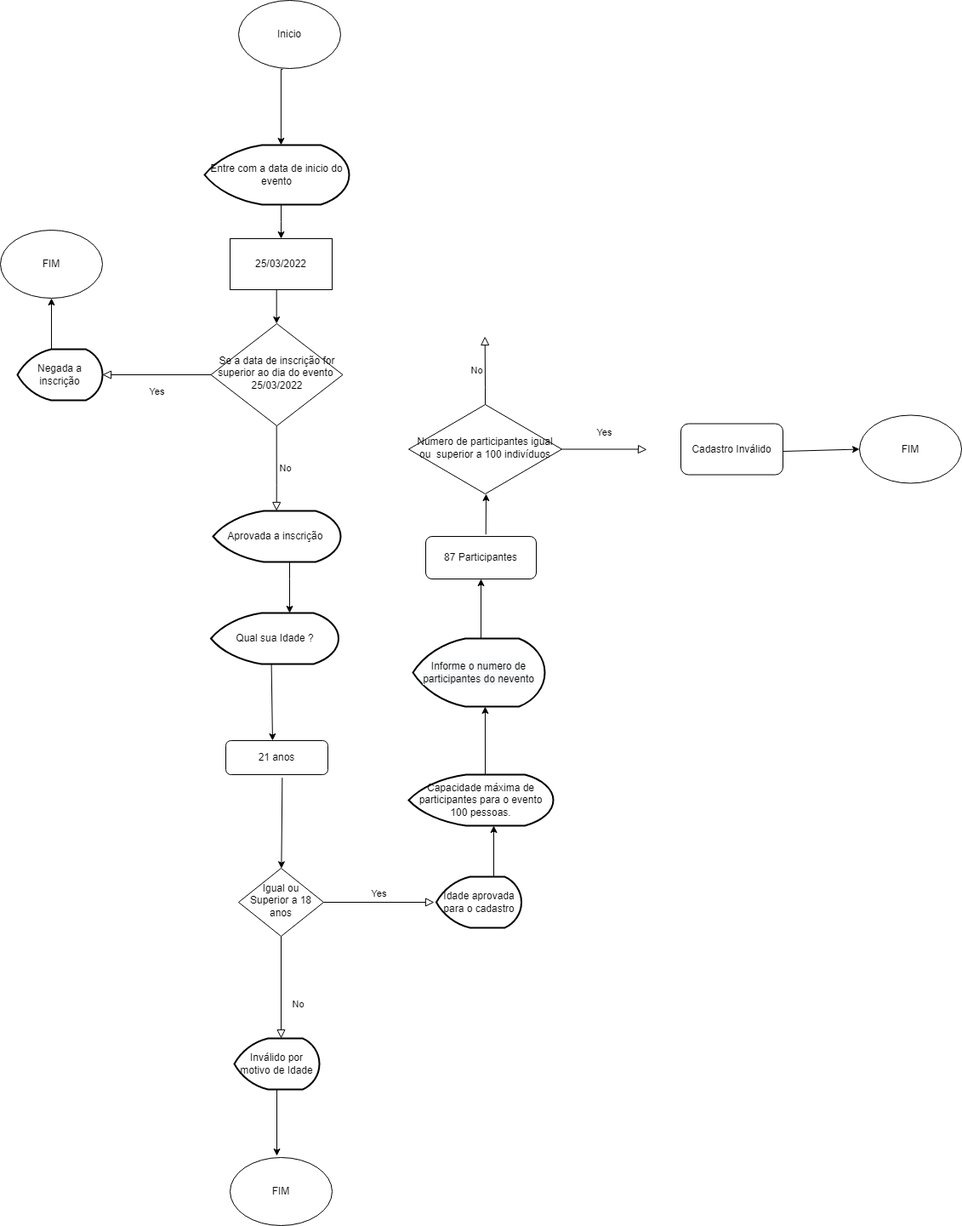
The draw.io diagram Untitled Diagram.drawio.png in EvertonMDS/Fluxograma, before a commit. Source tidied: cells renumbered, new cells last; positions are measured from the earlier drawing's top-left corner, leaving out a move shared by most shapes.
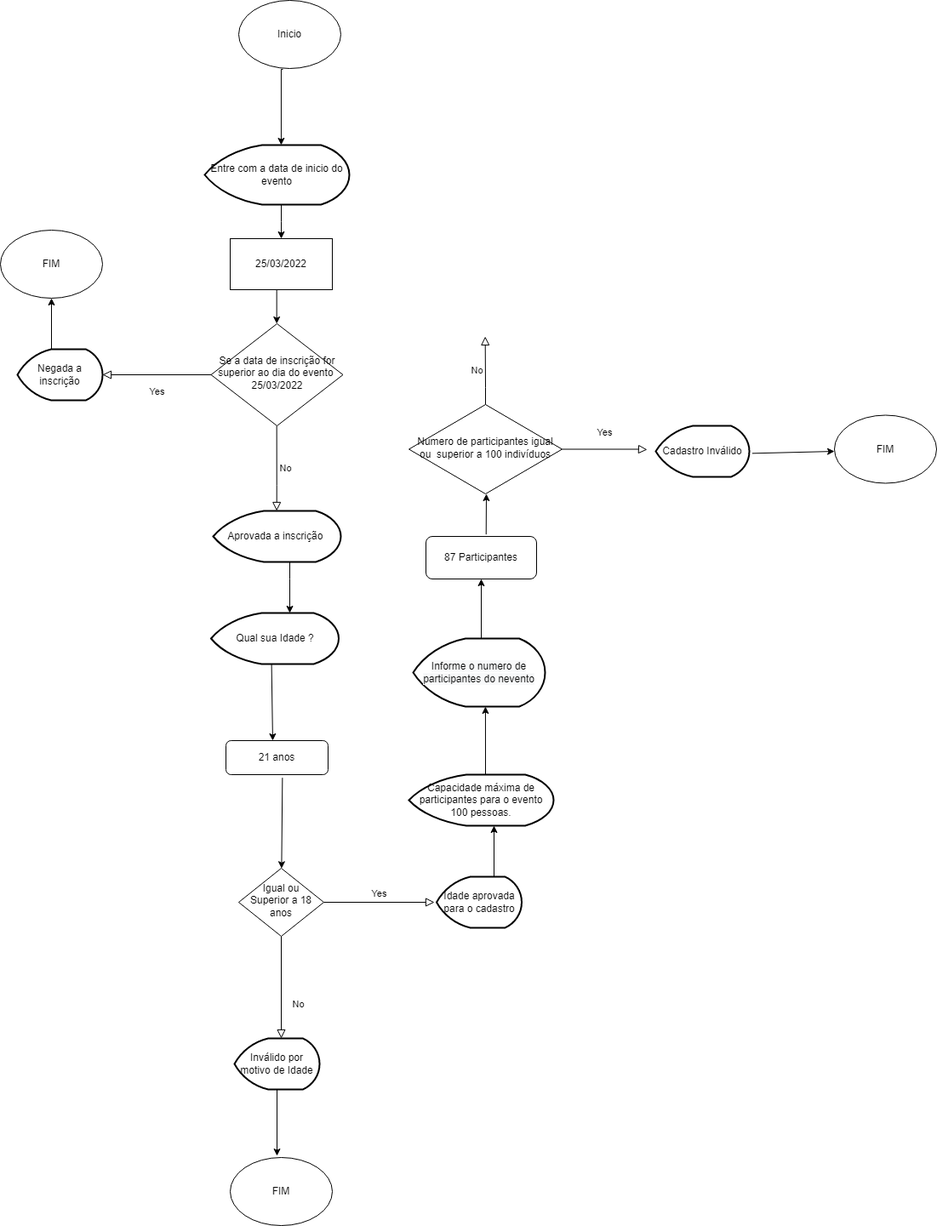
Above is the later version.

Diff of the diagram source:
```diff
@@ -163,20 +163,21 @@
       </mxGeometry>
     </mxCell>
     <mxCell id="36" value="FIM" style="ellipse;whiteSpace=wrap;html=1;" parent="1" vertex="1">
-      <mxGeometry x="1010" y="487.5" width="120" height="80" as="geometry" />
+      <mxGeometry x="980" y="487.5" width="120" height="80" as="geometry" />
     </mxCell>
     <mxCell id="37" style="endArrow=classic;html=1;rounded=0;exitX=0.544;exitY=-0.047;exitDx=0;exitDy=0;exitPerimeter=0;" parent="1" edge="1" source="30">
       <mxGeometry relative="1" as="geometry">
         <mxPoint x="571" y="580" as="targetPoint" />
       </mxGeometry>
     </mxCell>
+    <mxCell id="39" style="endArrow=classic;html=1;rounded=0;exitX=1.028;exitY=0.581;exitDx=0;exitDy=0;exitPerimeter=0;" parent="1" edge="1">
+      <mxGeometry relative="1" as="geometry">
+        <mxPoint x="883.4" y="532.4" as="sourcePoint" />
+        <mxPoint x="980" y="530" as="targetPoint" />
+      </mxGeometry>
+    </mxCell>
-    <mxCell id="38" value="Cadastro Inválido" style="rounded=1;whiteSpace=wrap;html=1;" parent="1" vertex="1">
-      <mxGeometry x="800" y="497.5" width="120" height="60" as="geometry" />
+    <mxCell id="38" value="&lt;span&gt;Cadastro Inválido&lt;/span&gt;" style="strokeWidth=2;html=1;shape=mxgraph.flowchart.display;whiteSpace=wrap;" parent="1" vertex="1">
+      <mxGeometry x="770" y="500" width="110" height="60" as="geometry" />
     </mxCell>
-    <mxCell id="39" style="endArrow=classic;html=1;rounded=0;entryX=0;entryY=0.5;entryDx=0;entryDy=0;" parent="1" edge="1" target="36">
-      <mxGeometry relative="1" as="geometry">
-        <mxPoint x="920" y="530" as="sourcePoint" />
-      </mxGeometry>
-    </mxCell>
   </root>
 </mxGraphModel>
```
